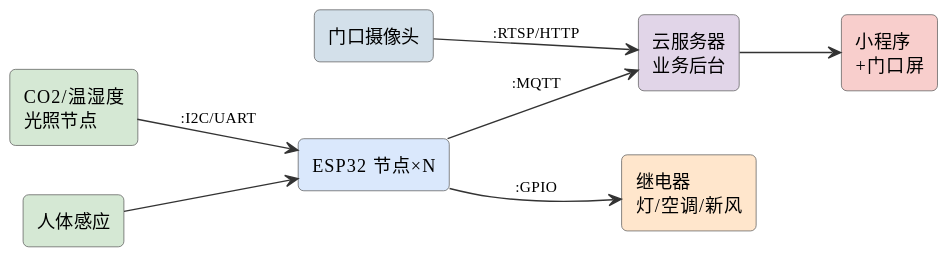
mingyi0818/IntelligentMcuCourse keeps this PlantUML diagram as assets/diagrams/ideas-fig124.svg. Above is the earlier version.
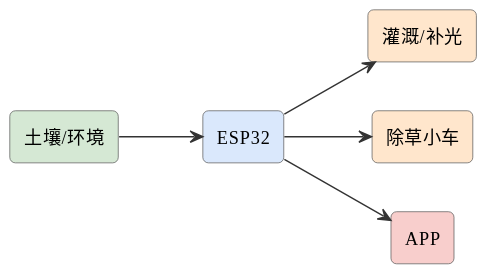
Above is the later version.

What changed in the source:
```diff
@@ -6,17 +6,13 @@
 skinparam arrowFontSize 11
 skinparam arrowColor #333
 left to right direction
-rectangle "门口摄像头" as cam #d3e0ea
-rectangle "CO2/温湿度\n光照节点" as env #d5e8d4
-rectangle "人体感应" as pir #d5e8d4
-rectangle "ESP32 节点×N" as esp #dae8fc
-rectangle "继电器\n灯/空调/新风" as ctrl #ffe6cc
-rectangle "云服务器\n业务后台" as srv #e1d5e8
-rectangle "小程序\n+门口屏" as app #f8cecc
-env --> esp : :I2C/UART
-pir --> esp
-esp --> ctrl : :GPIO
-cam --> srv : :RTSP/HTTP
-esp --> srv : :MQTT
-srv --> app
+rectangle "土壤/环境" as s #d5e8d4
+rectangle "ESP32" as esp #dae8fc
+rectangle "灌溉/补光" as irr #ffe6cc
+rectangle "除草小车" as cart #ffe6cc
+rectangle "APP" as app #f8cecc
+s --> esp
+esp --> irr
+esp --> cart
+esp --> app
 @enduml
```
